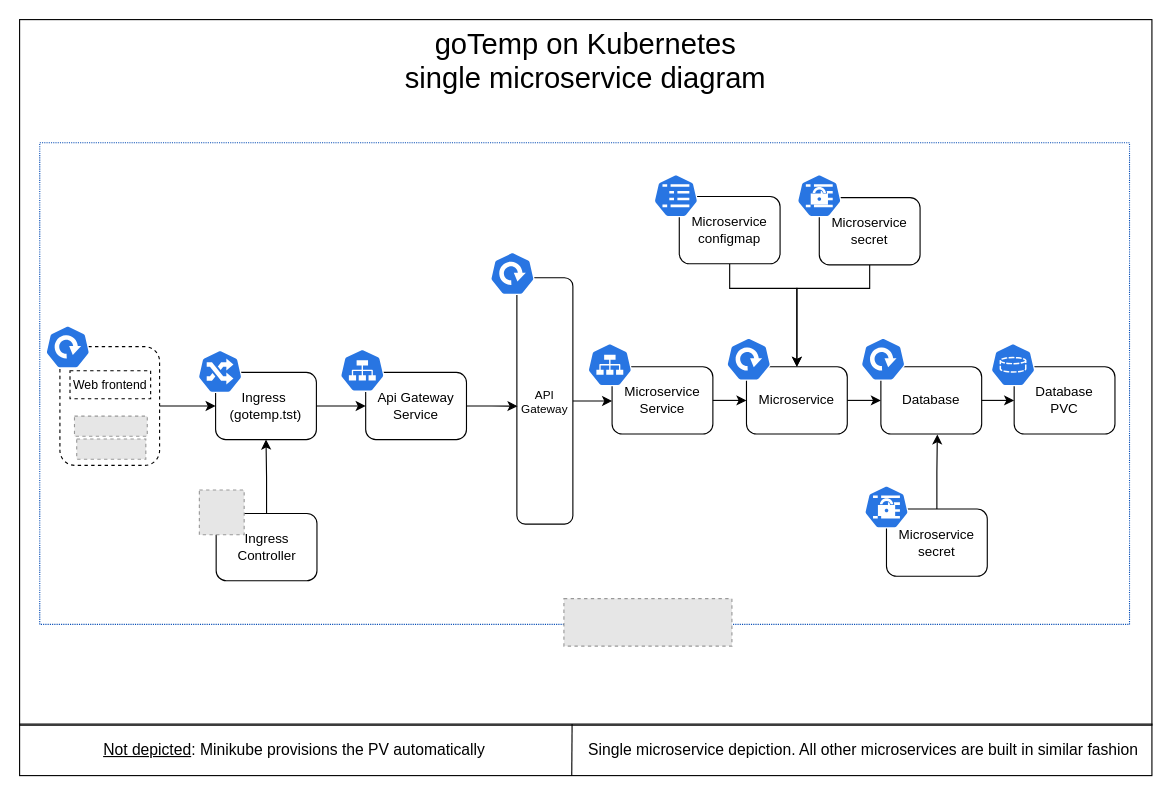
Before: page "k8s" (2 of 2) of diagramsforDocs/goTempM_Diagram.drawio in camba1/gotempm, a draw.io diagram. Source tidied: cells renumbered, new cells numbered last; positions are measured from the earlier drawing's top-left corner, leaving out a move shared by most shapes. Both pictures are drawn from the tidied source at 112%, with x=0, y=0 at pixel (19, 19). Pictures stored in the file or linked from it are replaced by grey dashed boxes.
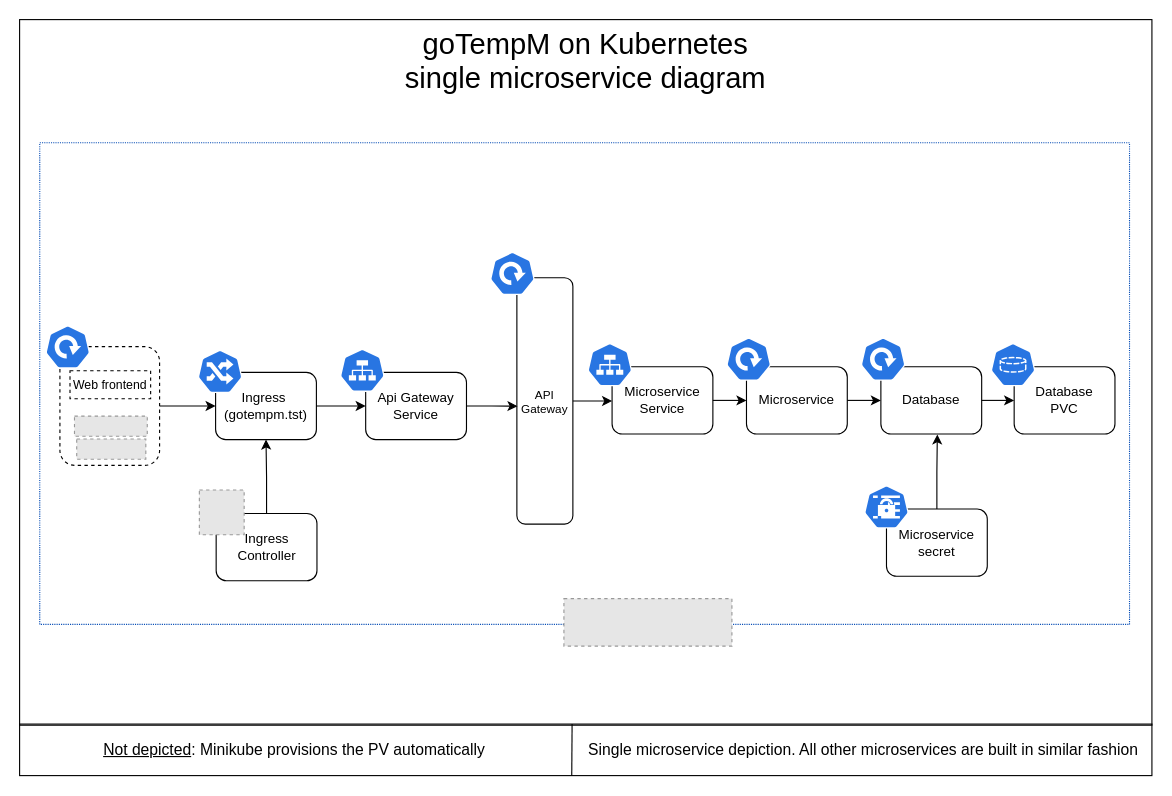
After the change.

The change refers to these unchanged cells:
```xml
<mxCell id="12" value="&lt;font style=&quot;font-size: 12px&quot;&gt;Microservice&lt;/font&gt;" style="rounded=1;whiteSpace=wrap;html=1;fontSize=10.5;" parent="11" vertex="1">
  <mxGeometry x="20" y="26" width="90" height="60" as="geometry" />
</mxCell>
<mxCell id="20" style="group;" parent="1" vertex="1">
  <mxGeometry x="155" y="295" width="120" height="80" as="geometry" />
</mxCell>
```

Diff of the diagram source:
```diff
@@
-    <mxCell id="2" value="&lt;font style=&quot;font-size: 26px&quot;&gt;goTemp on Kubernetes&lt;br&gt;single microservice diagram&lt;br&gt;&lt;/font&gt;" style="rounded=0;whiteSpace=wrap;html=1;fontSize=10.5;verticalAlign=top;" parent="1" vertex="1">
+    <mxCell id="2" value="&lt;font style=&quot;font-size: 26px&quot;&gt;goTempM on Kubernetes&lt;br&gt;single microservice diagram&lt;br&gt;&lt;/font&gt;" style="rounded=0;whiteSpace=wrap;html=1;fontSize=10.5;verticalAlign=top;" parent="1" vertex="1">
       <mxGeometry width="1011" height="630" as="geometry" />
     </mxCell>
@@
-    <mxCell id="8" style="group;" parent="1" vertex="1">
-      <mxGeometry x="689" y="138" width="125" height="81" as="geometry" />
-    </mxCell>
-    <mxCell id="9" value="&lt;font style=&quot;font-size: 12px&quot;&gt;Microservice&lt;br&gt;secret&lt;/font&gt;" style="rounded=1;whiteSpace=wrap;html=1;fontSize=10.5;" parent="8" vertex="1">
-      <mxGeometry x="25" y="21" width="90" height="60" as="geometry" />
-    </mxCell>
-    <mxCell id="10" style="html=1;dashed=0;whitespace=wrap;fillColor=#2875E2;strokeColor=#ffffff;shape=mxgraph.kubernetes.icon;prIcon=secret;" parent="8" vertex="1">
-      <mxGeometry x="5" width="40" height="38.4" as="geometry" />
-    </mxCell>
@@
-    <mxCell id="21" value="&lt;font style=&quot;font-size: 12px&quot;&gt;Ingress&amp;nbsp;&lt;br&gt;(gotemp.tst)&lt;/font&gt;" style="rounded=1;whiteSpace=wrap;html=1;fontSize=10.5;" parent="20" vertex="1">
+    <mxCell id="21" value="&lt;font style=&quot;font-size: 12px&quot;&gt;Ingress&amp;nbsp;&lt;br&gt;(gotempm.tst)&lt;/font&gt;" style="rounded=1;whiteSpace=wrap;html=1;fontSize=10.5;" parent="20" vertex="1">
       <mxGeometry x="20" y="20" width="90" height="60" as="geometry" />
     </mxCell>
@@
-    <mxCell id="39" style="edgeStyle=orthogonalEdgeStyle;rounded=0;jettySize=auto;html=1;exitX=0.5;exitY=1;exitDx=0;exitDy=0;fontSize=10.5;" parent="1" edge="1" source="9" target="12">
-      <mxGeometry relative="1" as="geometry">
-        <Array as="points">
-          <mxPoint x="759" y="240" />
-          <mxPoint x="694" y="240" />
-        </Array>
-      </mxGeometry>
-    </mxCell>
-    <mxCell id="40" style="edgeStyle=orthogonalEdgeStyle;rounded=0;jettySize=auto;html=1;exitX=0.5;exitY=1;exitDx=0;exitDy=0;fontSize=10.5;" parent="1" edge="1" source="54" target="12">
-      <mxGeometry relative="1" as="geometry">
-        <Array as="points">
-          <mxPoint x="634" y="240" />
-          <mxPoint x="694" y="240" />
-        </Array>
-      </mxGeometry>
-    </mxCell>
@@
-    <mxCell id="53" style="group;" parent="1" vertex="1">
-      <mxGeometry x="566" y="138" width="113" height="80" as="geometry" />
-    </mxCell>
-    <mxCell id="54" value="&lt;font style=&quot;font-size: 12px&quot;&gt;Microservice&lt;br&gt;configmap&lt;/font&gt;" style="rounded=1;whiteSpace=wrap;html=1;fontSize=10.5;" parent="53" vertex="1">
-      <mxGeometry x="23" y="20" width="90" height="60" as="geometry" />
-    </mxCell>
-    <mxCell id="55" style="html=1;dashed=0;whitespace=wrap;fillColor=#2875E2;strokeColor=#ffffff;shape=mxgraph.kubernetes.icon;prIcon=cm;fontSize=10.5;" parent="53" vertex="1">
-      <mxGeometry width="40" height="38.4" as="geometry" />
-    </mxCell>
```
